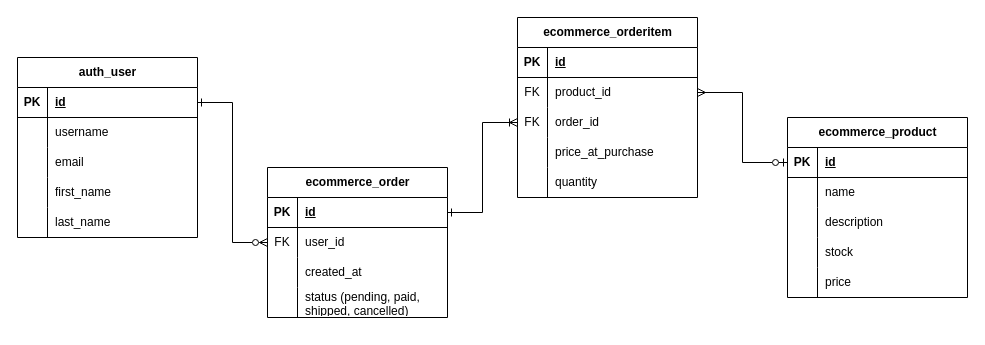
This is page "Order a product" (3 of 3) of E-Commerce API ERD.drawio from RHILIUS/drawio, a draw.io file, before an edit. Source tidied: cells renumbered, new cells numbered last; positions are measured from the earlier drawing's top-left corner, leaving out a move shared by most shapes. Both pictures are drawn from the tidied source at 100%, with x=0, y=0 at pixel (17, 17).
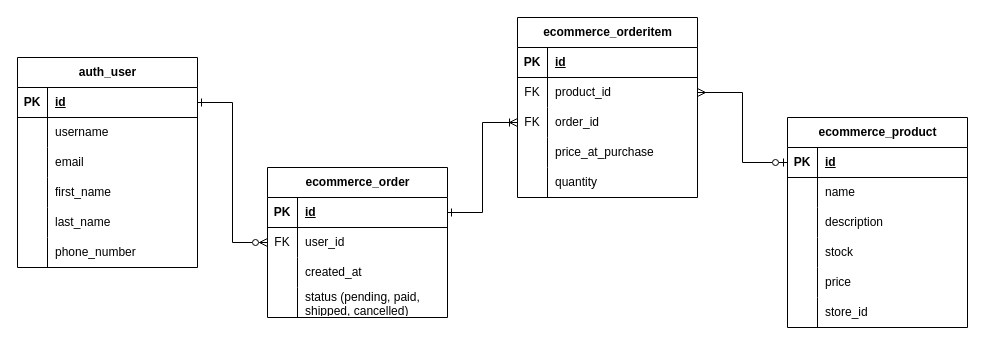
The same page after the edit.

Change to the diagram source:
```diff
@@
     <mxCell id="2" value="auth_user" style="shape=table;startSize=30;childLayout=tableLayout;rowLines=0;fontStyle=1;align=center;html=1;" parent="1" vertex="1">
-      <mxGeometry y="40" width="180" height="180" as="geometry" />
+      <mxGeometry y="40" width="180" height="210" as="geometry" />
     </mxCell>
@@
+    <mxCell id="66" style="shape=tableRow;horizontal=0;startSize=0;swimlaneHead=0;swimlaneBody=0;fillColor=none;top=0;left=0;right=0;bottom=0;" parent="2" vertex="1">
+      <mxGeometry y="180" width="180" height="30" as="geometry" />
+    </mxCell>
+    <mxCell id="67" style="shape=partialRectangle;fillColor=none;top=0;left=0;bottom=0;right=0;overflow=hidden;whiteSpace=wrap;html=1;" parent="66" vertex="1">
+      <mxGeometry width="30" height="30" as="geometry" />
+    </mxCell>
+    <mxCell id="68" value="phone_number" style="shape=partialRectangle;fillColor=none;top=0;left=0;bottom=0;right=0;align=left;spacingLeft=6;overflow=hidden;whiteSpace=wrap;html=1;" parent="66" vertex="1">
+      <mxGeometry x="30" width="150" height="30" as="geometry" />
+    </mxCell>
@@
     <mxCell id="49" value="ecommerce_product" style="shape=table;startSize=30;childLayout=tableLayout;rowLines=0;fontStyle=1;align=center;html=1;" parent="1" vertex="1">
-      <mxGeometry x="770" y="100" width="180" height="180" as="geometry" />
+      <mxGeometry x="770" y="100" width="180" height="210" as="geometry" />
     </mxCell>
@@
+    <mxCell id="69" style="shape=tableRow;horizontal=0;startSize=0;swimlaneHead=0;swimlaneBody=0;fillColor=none;top=0;left=0;right=0;bottom=0;" parent="49" vertex="1">
+      <mxGeometry y="180" width="180" height="30" as="geometry" />
+    </mxCell>
+    <mxCell id="70" style="shape=partialRectangle;fillColor=none;top=0;left=0;bottom=0;right=0;overflow=hidden;whiteSpace=wrap;html=1;" parent="69" vertex="1">
+      <mxGeometry width="30" height="30" as="geometry" />
+    </mxCell>
+    <mxCell id="71" value="store_id" style="shape=partialRectangle;fillColor=none;top=0;left=0;bottom=0;right=0;align=left;spacingLeft=6;overflow=hidden;whiteSpace=wrap;html=1;" parent="69" vertex="1">
+      <mxGeometry x="30" width="150" height="30" as="geometry" />
+    </mxCell>
```
